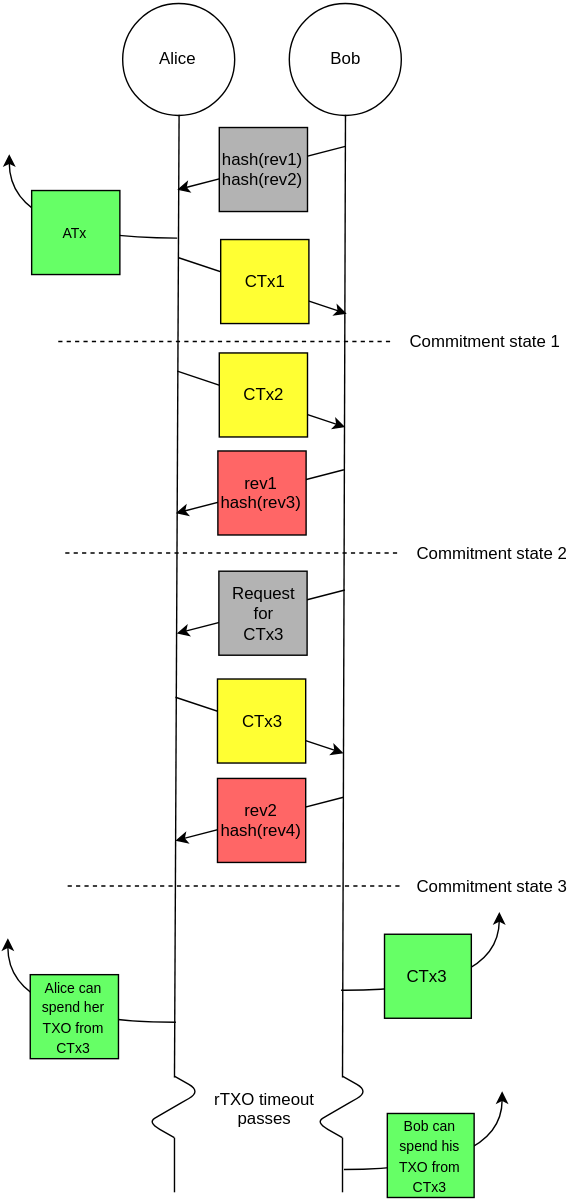
Above: Two_Way_Channel_Messages4.svg in PayChan/bitcoin-payment-channels-taxonomy (draw.io), before the change. Source tidied: cells renumbered, new cells last; positions are measured from the earlier drawing's top-left corner, leaving out a move shared by most shapes.
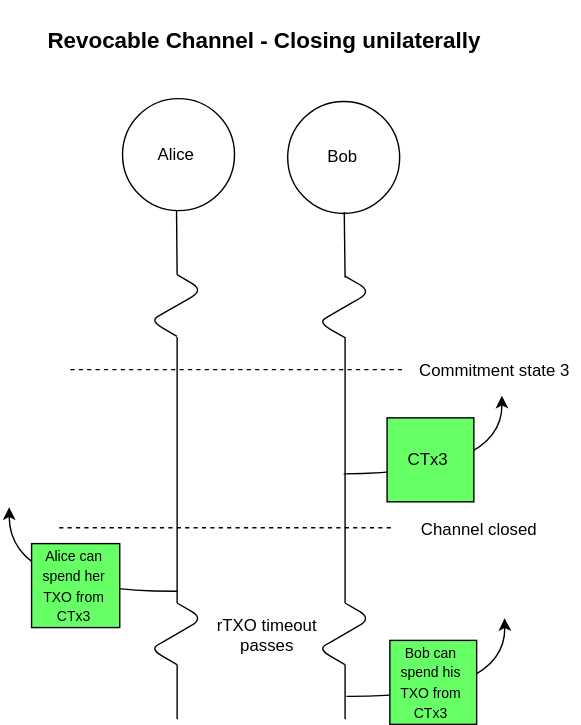
The same diagram one commit later.

Diff of the diagram source:
```diff
@@ -2,174 +2,122 @@
   <root>
     <mxCell id="0" />
     <mxCell id="1" parent="0" />
-    <mxCell id="2" value="Alice" style="ellipse;whiteSpace=wrap;html=1;fillColor=#ffffff;strokeColor=#000000;" parent="1" vertex="1">
-      <mxGeometry x="82" y="-0.4" width="80" height="80" as="geometry" />
+    <mxCell id="2" style="endArrow=none;html=1;endFill=0;" parent="1" edge="1">
+      <mxGeometry x="187" y="7490.6" as="geometry">
+        <mxPoint x="114" y="214.3" as="sourcePoint" />
+        <mxPoint x="114" y="404.3" as="targetPoint" />
+      </mxGeometry>
     </mxCell>
-    <mxCell id="3" value="Bob" style="ellipse;whiteSpace=wrap;html=1;fillColor=#ffffff;strokeColor=#000000;" parent="1" vertex="1">
-      <mxGeometry x="201" y="-0.4" width="80" height="80" as="geometry" />
+    <mxCell id="3" style="endArrow=none;html=1;endFill=0;" parent="1" edge="1">
+      <mxGeometry x="317" y="7509.2" as="geometry">
+        <mxPoint x="234" y="214.3" as="sourcePoint" />
+        <mxPoint x="234" y="404.3" as="targetPoint" />
+      </mxGeometry>
     </mxCell>
-    <mxCell id="4" style="endArrow=none;html=1;exitX=0.5;exitY=1;endFill=0;" parent="1" edge="1" source="2">
-      <mxGeometry x="192" y="7883.2" as="geometry">
-        <mxPoint x="119" y="767" as="targetPoint" />
-      </mxGeometry>
+    <mxCell id="4" value="&lt;b&gt;&lt;font style=&quot;font-size: 16px&quot;&gt;Revocable Channel - Closing unilaterally&lt;/font&gt;&lt;/b&gt;" style="text;html=1;strokeColor=none;fillColor=none;align=center;verticalAlign=middle;whiteSpace=wrap;overflow=hidden;comic=1;" parent="1" vertex="1">
+      <mxGeometry x="9" y="-23.4" width="332" height="50" as="geometry" />
     </mxCell>
-    <mxCell id="5" style="endArrow=none;html=1;exitX=0.5;exitY=1;endFill=0;" parent="1" edge="1" source="3">
-      <mxGeometry x="322" y="7901.9" as="geometry">
-        <mxPoint x="239" y="767" as="targetPoint" />
-      </mxGeometry>
+    <mxCell id="5" value="Commitment state 3" style="text;html=1;strokeColor=none;fillColor=none;align=center;verticalAlign=middle;whiteSpace=wrap;overflow=hidden;" parent="1" vertex="1">
+      <mxGeometry x="280.7" y="227.6" width="121" height="20" as="geometry" />
     </mxCell>
-    <mxCell id="6" style="endArrow=classic;html=1;edgeStyle=orthogonalEdgeStyle;curved=1;" parent="1" edge="1">
-      <mxGeometry x="72" y="7910.6" as="geometry">
-        <mxPoint x="121" y="167.6" as="sourcePoint" />
-        <mxPoint x="1" y="107.6" as="targetPoint" />
+    <mxCell id="6" style="endArrow=none;html=1;endFill=0;dashed=1;" parent="1" edge="1">
+      <mxGeometry x="108.7" y="8040.6" as="geometry">
+        <mxPoint x="37.7" y="237.6" as="sourcePoint" />
+        <mxPoint x="277.7" y="237.6" as="targetPoint" />
       </mxGeometry>
     </mxCell>
-    <mxCell id="7" value="&lt;font style=&quot;font-size: 10px&quot;&gt;ATx&lt;/font&gt;" style="whiteSpace=wrap;html=1;fillColor=#66ff66;" parent="1" vertex="1">
-      <mxGeometry x="17" y="133.6" width="63" height="60" as="geometry" />
+    <mxCell id="7" style="endArrow=classic;html=1;edgeStyle=orthogonalEdgeStyle;curved=1;" parent="1" edge="1">
+      <mxGeometry x="183.9" y="8055" as="geometry">
+        <mxPoint x="233" y="312" as="sourcePoint" />
+        <mxPoint x="346" y="256.2" as="targetPoint" />
+      </mxGeometry>
     </mxCell>
-    <mxCell id="8" style="endArrow=none;html=1;startArrow=classic;startFill=1;endFill=0;" parent="1" edge="1">
-      <mxGeometry x="192" y="7904.6" as="geometry">
-        <mxPoint x="121" y="133" as="sourcePoint" />
-        <mxPoint x="241" y="102" as="targetPoint" />
-      </mxGeometry>
+    <mxCell id="8" value="CTx3" style="whiteSpace=wrap;html=1;fillColor=#66ff66;" parent="1" vertex="1">
+      <mxGeometry x="264" y="272" width="62" height="60" as="geometry" />
     </mxCell>
-    <mxCell id="9" value="hash(rev1)&lt;div&gt;hash(rev2)&lt;/div&gt;" style="whiteSpace=wrap;html=1;fillColor=#B3B3B3;" parent="1" vertex="1">
-      <mxGeometry x="151" y="88.6" width="63" height="60" as="geometry" />
+    <mxCell id="9" style="endArrow=none;html=1;endFill=0;edgeStyle=isometricEdgeStyle;elbow=vertical;" parent="1" edge="1">
+      <mxGeometry x="184.9" y="8207.3" as="geometry">
+        <mxPoint x="113.9" y="404.3" as="sourcePoint" />
+        <mxPoint x="113.9" y="448.3" as="targetPoint" />
+      </mxGeometry>
     </mxCell>
-    <mxCell id="10" style="endArrow=classic;html=1;" parent="1" edge="1">
-      <mxGeometry x="193" y="7984.6" as="geometry">
-        <mxPoint x="122" y="181.6" as="sourcePoint" />
-        <mxPoint x="242" y="221.6" as="targetPoint" />
+    <mxCell id="10" style="endArrow=none;html=1;endFill=0;edgeStyle=isometricEdgeStyle;elbow=vertical;" parent="1" edge="1">
+      <mxGeometry x="304.9" y="8207.3" as="geometry">
+        <mxPoint x="233.9" y="404.3" as="sourcePoint" />
+        <mxPoint x="233.9" y="448.3" as="targetPoint" />
       </mxGeometry>
     </mxCell>
-    <mxCell id="11" value="CTx1" style="whiteSpace=wrap;html=1;fillColor=#ffff33;" parent="1" vertex="1">
-      <mxGeometry x="152" y="168.6" width="63" height="60" as="geometry" />
+    <mxCell id="11" value="rTXO timeout&lt;div&gt;passes&lt;/div&gt;" style="text;html=1;strokeColor=none;fillColor=none;align=center;verticalAlign=middle;whiteSpace=wrap;overflow=hidden;" parent="1" vertex="1">
+      <mxGeometry x="137" y="405.3" width="80" height="43" as="geometry" />
     </mxCell>
-    <mxCell id="12" style="endArrow=none;html=1;startArrow=classic;startFill=1;endFill=0;" parent="1" edge="1">
-      <mxGeometry x="191" y="8135.6" as="geometry">
-        <mxPoint x="120" y="364" as="sourcePoint" />
-        <mxPoint x="240" y="333" as="targetPoint" />
+    <mxCell id="12" style="endArrow=classic;html=1;edgeStyle=orthogonalEdgeStyle;curved=1;" parent="1" edge="1">
+      <mxGeometry x="65" y="8138.9" as="geometry">
+        <mxPoint x="114" y="395.9" as="sourcePoint" />
+        <mxPoint x="-6" y="335.9" as="targetPoint" />
       </mxGeometry>
     </mxCell>
-    <mxCell id="13" value="rev1&lt;div&gt;hash(rev3)&lt;/div&gt;" style="whiteSpace=wrap;html=1;fillColor=#ff6666;" parent="1" vertex="1">
-      <mxGeometry x="150" y="319.6" width="63" height="60" as="geometry" />
+    <mxCell id="13" value="&lt;font style=&quot;font-size: 10px&quot;&gt;Alice can spend her TXO from CTx3&lt;/font&gt;" style="whiteSpace=wrap;html=1;fillColor=#66ff66;" parent="1" vertex="1">
+      <mxGeometry x="10" y="361.9" width="63" height="60" as="geometry" />
     </mxCell>
-    <mxCell id="14" style="endArrow=none;html=1;endFill=0;dashed=1;" parent="1" edge="1">
-      <mxGeometry x="112" y="8195.4" as="geometry">
-        <mxPoint x="41" y="392.4" as="sourcePoint" />
-        <mxPoint x="281" y="392.4" as="targetPoint" />
+    <mxCell id="14" style="endArrow=none;html=1;endFill=0;" parent="1" edge="1">
+      <mxGeometry x="317" y="7622.2" as="geometry">
+        <mxPoint x="234" y="448.3" as="sourcePoint" />
+        <mxPoint x="234" y="487.3" as="targetPoint" />
       </mxGeometry>
     </mxCell>
-    <mxCell id="15" value="Commitment state 2" style="text;html=1;strokeColor=none;fillColor=none;align=center;verticalAlign=middle;whiteSpace=wrap;overflow=hidden;" parent="1" vertex="1">
-      <mxGeometry x="286" y="382.4" width="121" height="20" as="geometry" />
+    <mxCell id="15" style="endArrow=none;html=1;endFill=0;" parent="1" edge="1">
+      <mxGeometry x="197" y="7622.2" as="geometry">
+        <mxPoint x="114" y="448.3" as="sourcePoint" />
+        <mxPoint x="114" y="487.3" as="targetPoint" />
+      </mxGeometry>
     </mxCell>
-    <mxCell id="16" style="endArrow=none;html=1;endFill=0;dashed=1;" parent="1" edge="1">
-      <mxGeometry x="107" y="8044.4" as="geometry">
-        <mxPoint x="36" y="241.4" as="sourcePoint" />
-        <mxPoint x="276" y="241.4" as="targetPoint" />
+    <mxCell id="16" style="endArrow=classic;html=1;edgeStyle=orthogonalEdgeStyle;curved=1;" parent="1" edge="1">
+      <mxGeometry x="185.9" y="8214" as="geometry">
+        <mxPoint x="235" y="471" as="sourcePoint" />
+        <mxPoint x="348" y="415.2" as="targetPoint" />
       </mxGeometry>
     </mxCell>
-    <mxCell id="17" value="Commitment state 1" style="text;html=1;strokeColor=none;fillColor=none;align=center;verticalAlign=middle;whiteSpace=wrap;overflow=hidden;" parent="1" vertex="1">
-      <mxGeometry x="281" y="231.4" width="121" height="20" as="geometry" />
+    <mxCell id="17" value="&lt;span&gt;&lt;font style=&quot;font-size: 10px&quot;&gt;Bob can spend his TXO from CTx3&lt;/font&gt;&lt;/span&gt;" style="whiteSpace=wrap;html=1;fillColor=#66ff66;" parent="1" vertex="1">
+      <mxGeometry x="266" y="431" width="62" height="60" as="geometry" />
     </mxCell>
-    <mxCell id="18" style="endArrow=classic;html=1;" parent="1" edge="1">
-      <mxGeometry x="192" y="8065.6" as="geometry">
-        <mxPoint x="121" y="262.6" as="sourcePoint" />
-        <mxPoint x="241" y="302.6" as="targetPoint" />
-      </mxGeometry>
+    <mxCell id="18" value="Channel closed" style="text;html=1;strokeColor=none;fillColor=none;align=center;verticalAlign=middle;whiteSpace=wrap;overflow=hidden;" parent="1" vertex="1">
+      <mxGeometry x="268.7" y="340.6" width="121" height="20" as="geometry" />
     </mxCell>
-    <mxCell id="19" value="CTx2" style="whiteSpace=wrap;html=1;fillColor=#ffff33;" parent="1" vertex="1">
-      <mxGeometry x="151" y="249.6" width="63" height="60" as="geometry" />
+    <mxCell id="19" style="endArrow=none;html=1;endFill=0;dashed=1;" parent="1" edge="1">
+      <mxGeometry x="100.7" y="8153.6" as="geometry">
+        <mxPoint x="29.7" y="350.6" as="sourcePoint" />
+        <mxPoint x="269.7" y="350.6" as="targetPoint" />
+      </mxGeometry>
     </mxCell>
-    <mxCell id="20" style="endArrow=classic;html=1;" parent="1" edge="1">
-      <mxGeometry x="190.7" y="8298.4" as="geometry">
-        <mxPoint x="119.7" y="495.4" as="sourcePoint" />
-        <mxPoint x="239.7" y="535.4" as="targetPoint" />
-      </mxGeometry>
+    <mxCell id="20" value="Alice" style="ellipse;whiteSpace=wrap;html=1;fillColor=#ffffff;strokeColor=#000000;" parent="1" vertex="1">
+      <mxGeometry x="75" y="43.9" width="80" height="80" as="geometry" />
     </mxCell>
-    <mxCell id="21" value="CTx3" style="whiteSpace=wrap;html=1;fillColor=#ffff33;" parent="1" vertex="1">
-      <mxGeometry x="149.7" y="482.4" width="63" height="60" as="geometry" />
+    <mxCell id="21" value="Bob" style="ellipse;whiteSpace=wrap;html=1;fillColor=#ffffff;strokeColor=#000000;" parent="1" vertex="1">
+      <mxGeometry x="193" y="45.9" width="80" height="80" as="geometry" />
     </mxCell>
-    <mxCell id="22" style="endArrow=none;html=1;startArrow=classic;startFill=1;endFill=0;" parent="1" edge="1">
-      <mxGeometry x="191.7" y="8221.4" as="geometry">
-        <mxPoint x="120.7" y="449.9" as="sourcePoint" />
-        <mxPoint x="240.7" y="418.9" as="targetPoint" />
+    <mxCell id="22" style="endArrow=none;html=1;endFill=0;edgeStyle=isometricEdgeStyle;elbow=vertical;" parent="1" edge="1">
+      <mxGeometry x="184.9" y="7972.8" as="geometry">
+        <mxPoint x="113.9" y="169.8" as="sourcePoint" />
+        <mxPoint x="113.9" y="213.8" as="targetPoint" />
       </mxGeometry>
     </mxCell>
-    <mxCell id="23" value="Request&lt;div&gt;for&lt;/div&gt;&lt;div&gt;CTx3&lt;/div&gt;" style="whiteSpace=wrap;html=1;fillColor=#B3B3B3;" parent="1" vertex="1">
-      <mxGeometry x="150.7" y="405.4" width="63" height="60" as="geometry" />
+    <mxCell id="23" style="endArrow=none;html=1;endFill=0;edgeStyle=isometricEdgeStyle;elbow=vertical;" parent="1" edge="1">
+      <mxGeometry x="304.9" y="7973.8" as="geometry">
+        <mxPoint x="233.9" y="170.8" as="sourcePoint" />
+        <mxPoint x="233.9" y="214.8" as="targetPoint" />
+      </mxGeometry>
     </mxCell>
-    <mxCell id="24" style="endArrow=none;html=1;startArrow=classic;startFill=1;endFill=0;" parent="1" edge="1">
-      <mxGeometry x="190.7" y="8369.4" as="geometry">
-        <mxPoint x="119.7" y="597.9" as="sourcePoint" />
-        <mxPoint x="239.7" y="566.9" as="targetPoint" />
+    <mxCell id="24" style="endArrow=none;html=1;endFill=0;exitX=0.5;exitY=1;" parent="1" edge="1">
+      <mxGeometry x="173" y="7772" as="geometry">
+        <mxPoint x="113.6" y="123.6" as="sourcePoint" />
+        <mxPoint x="114" y="169.8" as="targetPoint" />
       </mxGeometry>
     </mxCell>
-    <mxCell id="25" value="rev2&lt;div&gt;hash(rev4)&lt;/div&gt;" style="whiteSpace=wrap;html=1;fillColor=#ff6666;" parent="1" vertex="1">
-      <mxGeometry x="149.7" y="553.4" width="63" height="60" as="geometry" />
+    <mxCell id="25" style="endArrow=none;html=1;endFill=0;exitX=0.5;exitY=1;" parent="1" edge="1">
+      <mxGeometry x="293" y="7774" as="geometry">
+        <mxPoint x="233.4" y="125" as="sourcePoint" />
+        <mxPoint x="234" y="171.8" as="targetPoint" />
+      </mxGeometry>
     </mxCell>
-    <mxCell id="26" value="Commitment state 3" style="text;html=1;strokeColor=none;fillColor=none;align=center;verticalAlign=middle;whiteSpace=wrap;overflow=hidden;" parent="1" vertex="1">
-      <mxGeometry x="285.7" y="620.3" width="121" height="20" as="geometry" />
-    </mxCell>
-    <mxCell id="27" style="endArrow=none;html=1;endFill=0;dashed=1;" parent="1" edge="1">
-      <mxGeometry x="113.7" y="8433.3" as="geometry">
-        <mxPoint x="42.7" y="630.3" as="sourcePoint" />
-        <mxPoint x="282.7" y="630.3" as="targetPoint" />
-      </mxGeometry>
-    </mxCell>
-    <mxCell id="28" style="endArrow=classic;html=1;edgeStyle=orthogonalEdgeStyle;curved=1;" parent="1" edge="1">
-      <mxGeometry x="188.9" y="8447.7" as="geometry">
-        <mxPoint x="238" y="704.7" as="sourcePoint" />
-        <mxPoint x="351" y="648.9" as="targetPoint" />
-      </mxGeometry>
-    </mxCell>
-    <mxCell id="29" value="CTx3" style="whiteSpace=wrap;html=1;fillColor=#66ff66;" parent="1" vertex="1">
-      <mxGeometry x="269" y="664.7" width="62" height="60" as="geometry" />
-    </mxCell>
-    <mxCell id="30" style="endArrow=none;html=1;endFill=0;edgeStyle=isometricEdgeStyle;elbow=vertical;" parent="1" edge="1">
-      <mxGeometry x="189.9" y="8569" as="geometry">
-        <mxPoint x="118.9" y="766" as="sourcePoint" />
-        <mxPoint x="118.9" y="810" as="targetPoint" />
-      </mxGeometry>
-    </mxCell>
-    <mxCell id="31" style="endArrow=none;html=1;endFill=0;edgeStyle=isometricEdgeStyle;elbow=vertical;" parent="1" edge="1">
-      <mxGeometry x="309.9" y="8569" as="geometry">
-        <mxPoint x="238.9" y="766" as="sourcePoint" />
-        <mxPoint x="238.9" y="810" as="targetPoint" />
-      </mxGeometry>
-    </mxCell>
-    <mxCell id="32" value="rTXO timeout&lt;div&gt;passes&lt;/div&gt;" style="text;html=1;strokeColor=none;fillColor=none;align=center;verticalAlign=middle;whiteSpace=wrap;overflow=hidden;" parent="1" vertex="1">
-      <mxGeometry x="142" y="767" width="80" height="43" as="geometry" />
-    </mxCell>
-    <mxCell id="33" style="endArrow=classic;html=1;edgeStyle=orthogonalEdgeStyle;curved=1;" parent="1" edge="1">
-      <mxGeometry x="71" y="8470.6" as="geometry">
-        <mxPoint x="120" y="727.6" as="sourcePoint" />
-        <mxPoint y="667.6" as="targetPoint" />
-      </mxGeometry>
-    </mxCell>
-    <mxCell id="34" value="&lt;font style=&quot;font-size: 10px&quot;&gt;Alice can spend her TXO from CTx3&lt;/font&gt;" style="whiteSpace=wrap;html=1;fillColor=#66ff66;" parent="1" vertex="1">
-      <mxGeometry x="16" y="693.6" width="63" height="60" as="geometry" />
-    </mxCell>
-    <mxCell id="35" style="endArrow=none;html=1;endFill=0;" parent="1" edge="1">
-      <mxGeometry x="322" y="7983.9" as="geometry">
-        <mxPoint x="239" y="810" as="sourcePoint" />
-        <mxPoint x="239" y="849" as="targetPoint" />
-      </mxGeometry>
-    </mxCell>
-    <mxCell id="36" style="endArrow=none;html=1;endFill=0;" parent="1" edge="1">
-      <mxGeometry x="202" y="7983.9" as="geometry">
-        <mxPoint x="119" y="810" as="sourcePoint" />
-        <mxPoint x="119" y="849" as="targetPoint" />
-      </mxGeometry>
-    </mxCell>
-    <mxCell id="37" style="endArrow=classic;html=1;edgeStyle=orthogonalEdgeStyle;curved=1;" parent="1" edge="1">
-      <mxGeometry x="190.9" y="8575.7" as="geometry">
-        <mxPoint x="240" y="832.7" as="sourcePoint" />
-        <mxPoint x="353" y="776.9" as="targetPoint" />
-      </mxGeometry>
-    </mxCell>
-    <mxCell id="38" value="&lt;span&gt;&lt;font style=&quot;font-size: 10px&quot;&gt;Bob can spend his TXO from CTx3&lt;/font&gt;&lt;/span&gt;" style="whiteSpace=wrap;html=1;fillColor=#66ff66;" parent="1" vertex="1">
-      <mxGeometry x="271" y="792.7" width="62" height="60" as="geometry" />
-    </mxCell>
   </root>
 </mxGraphModel>
```
